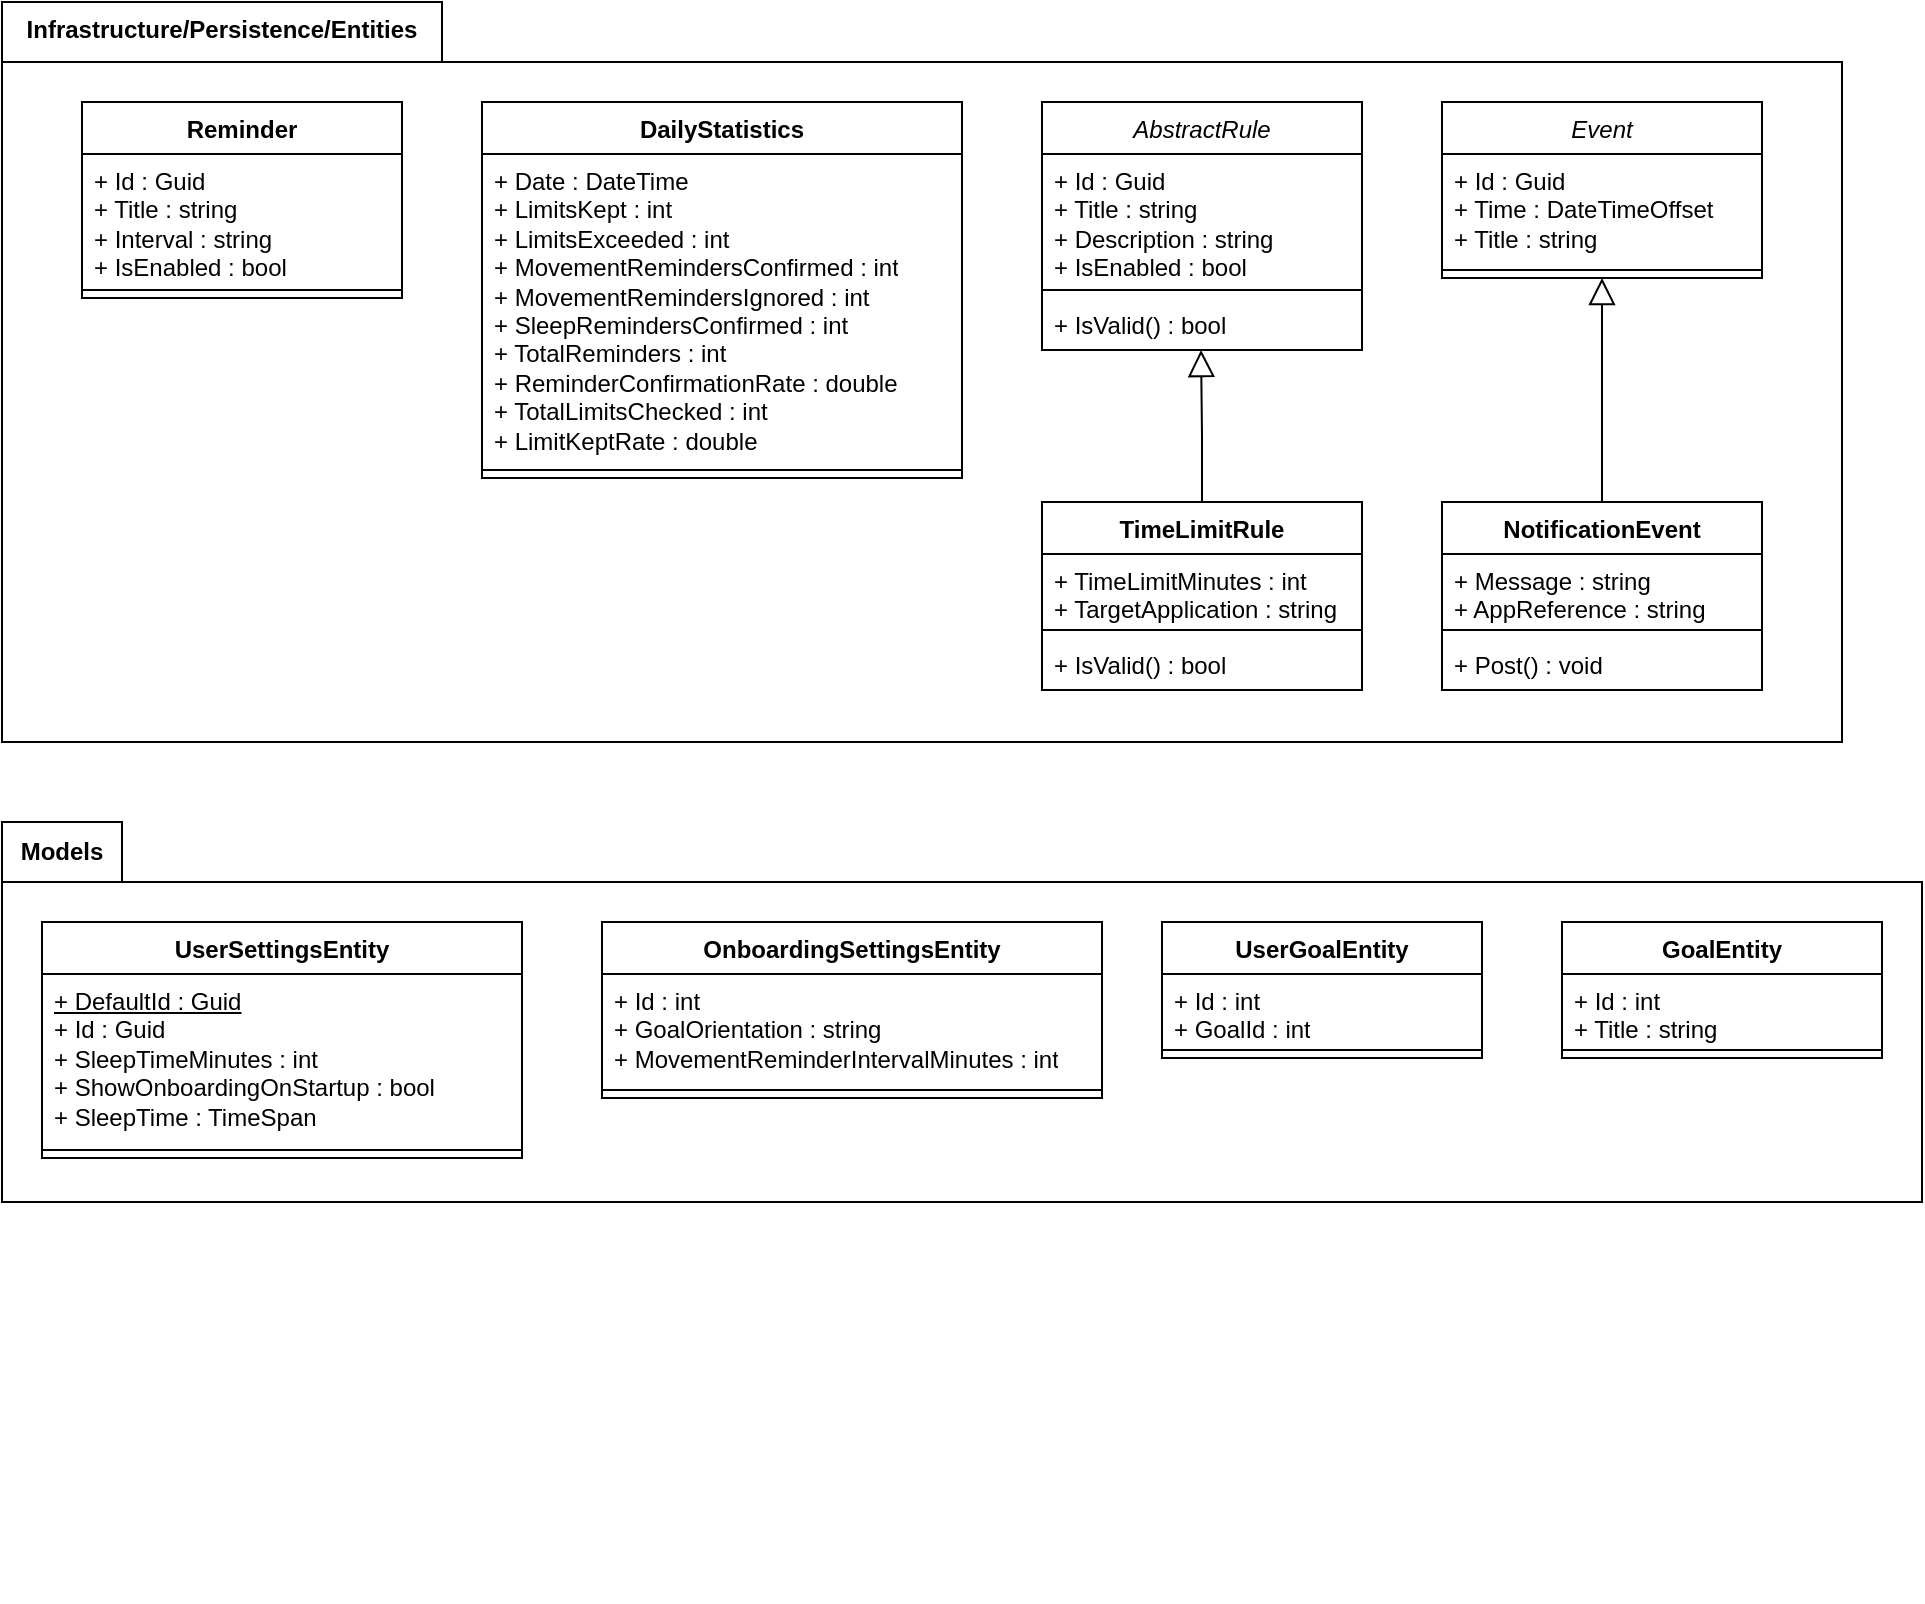
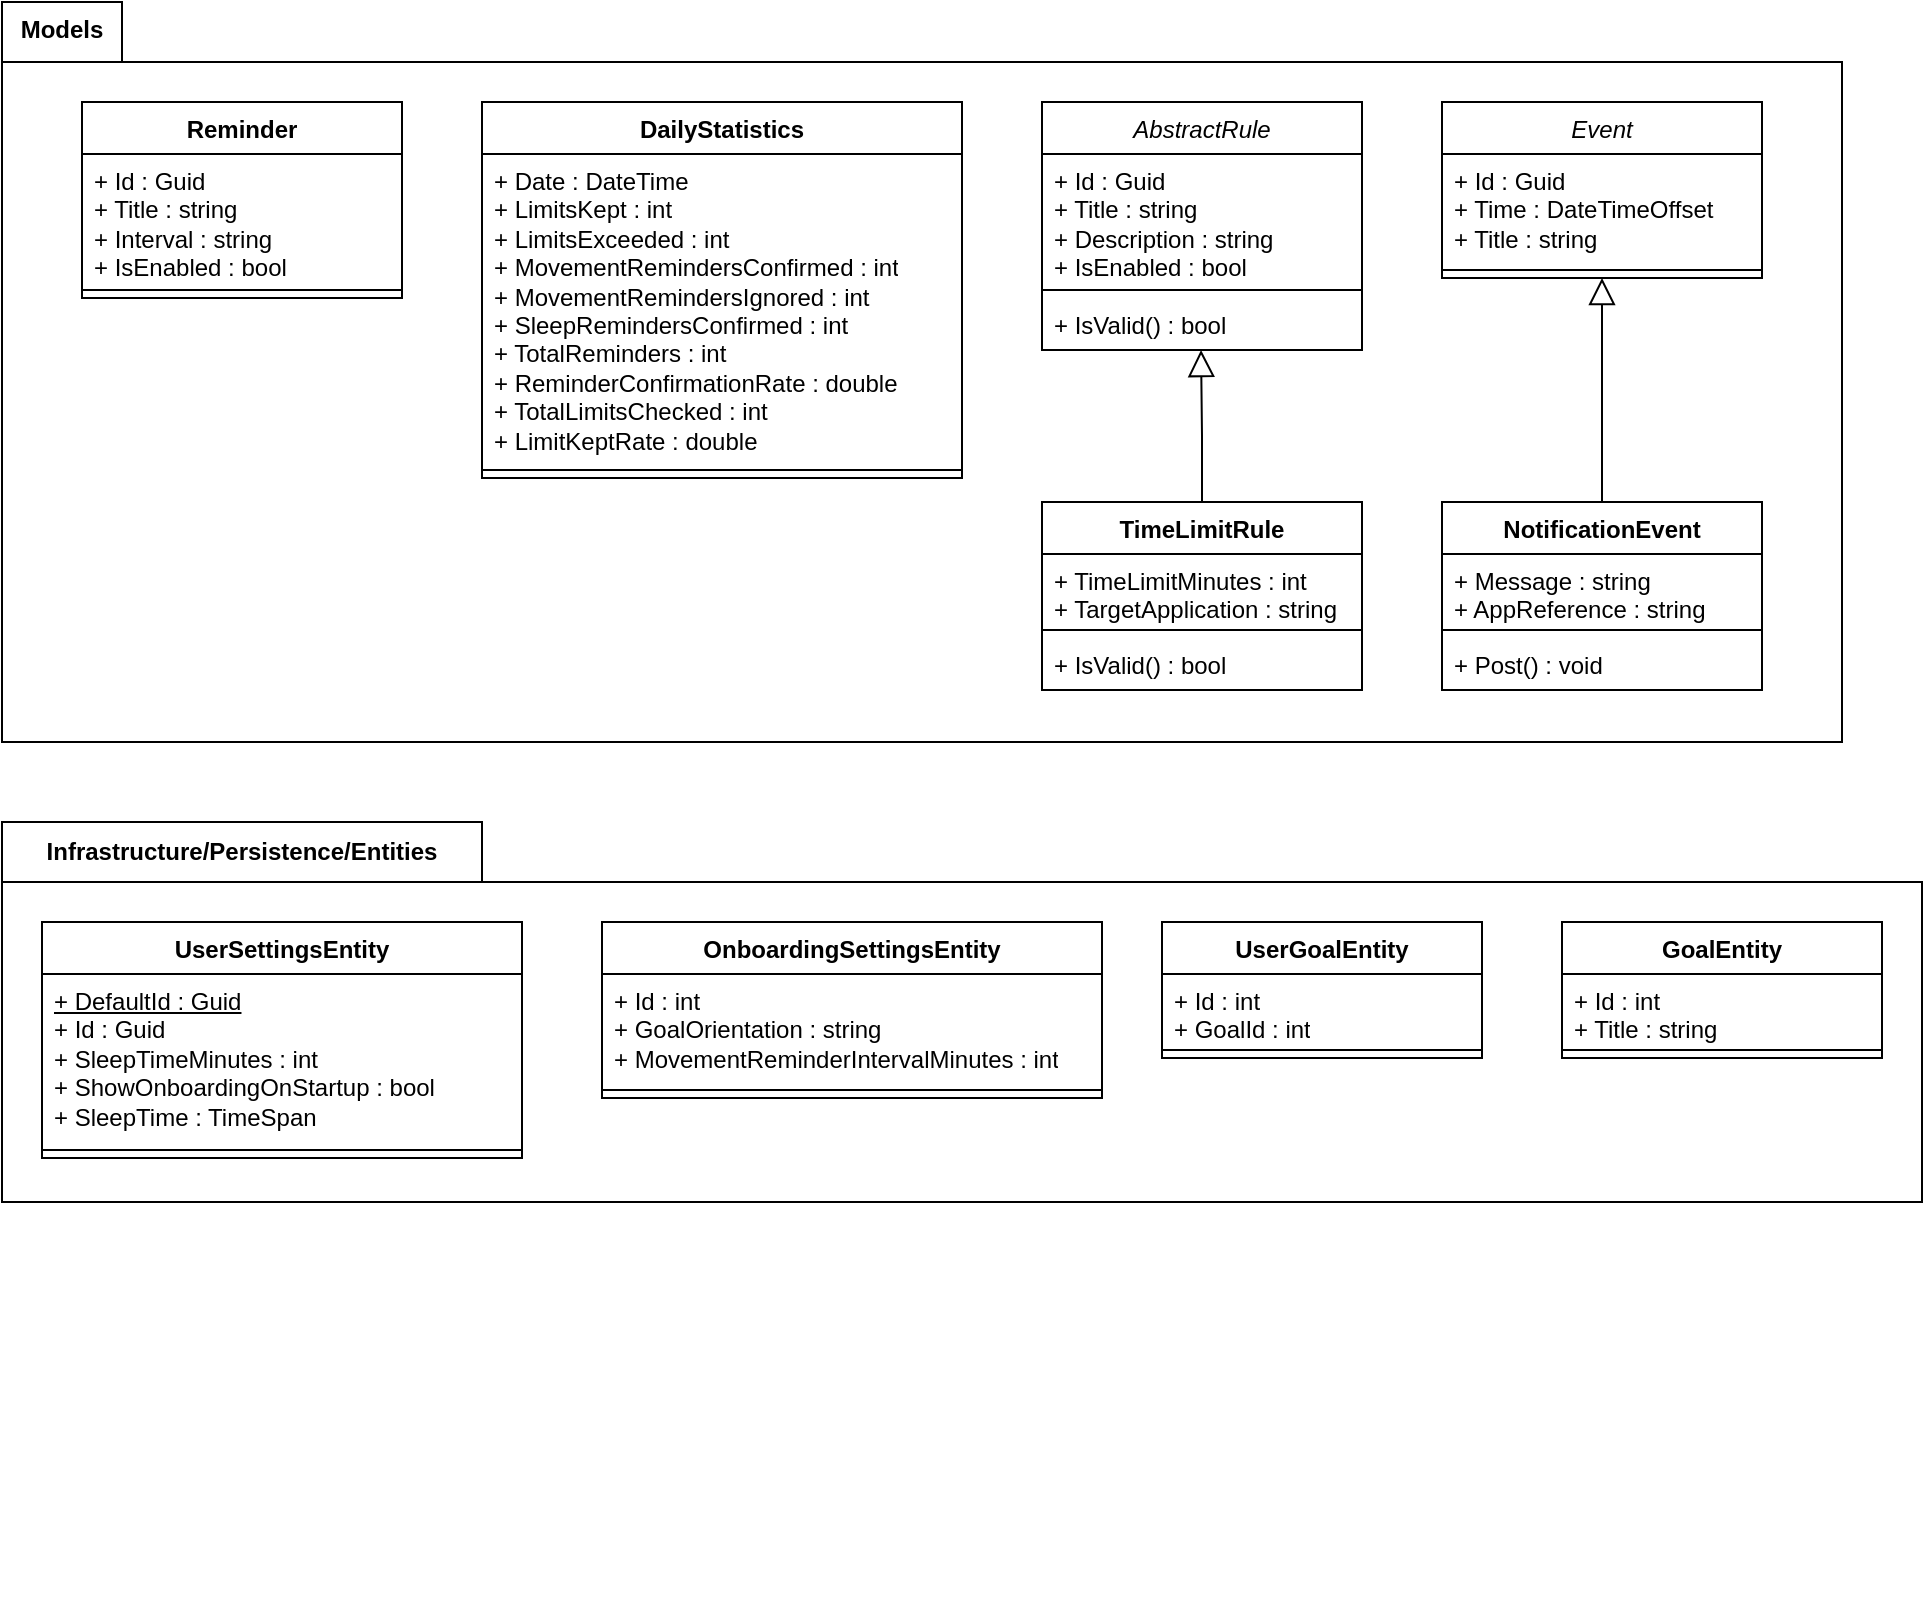
<mxfile host="Electron">
  <diagram name="Seite-1" id="tr_VXhrzVsHaHbiQd9mM">
-     <mxGraphModel dx="1488" dy="885" grid="1" gridSize="10" guides="1" tooltips="1" connect="1" arrows="1" fold="1" page="1" pageScale="1" pageWidth="827" pageHeight="1169" math="0" shadow="0">
+     <mxGraphModel dx="1178" dy="701" grid="1" gridSize="10" guides="1" tooltips="1" connect="1" arrows="1" fold="1" page="1" pageScale="1" pageWidth="827" pageHeight="1169" math="0" shadow="0">
      <root>
        <mxCell id="0" />
        <mxCell id="1" parent="0" />
        <mxCell id="aHeUglyZWA7gANHygHcg-50" connectable="0" parent="1" style="group" value="" vertex="1">
          <mxGeometry height="370" width="920" x="120" y="110" as="geometry" />
        </mxCell>
-         <mxCell id="aHeUglyZWA7gANHygHcg-32" parent="aHeUglyZWA7gANHygHcg-50" style="shape=folder;fontStyle=1;spacingTop=10;tabWidth=220;tabHeight=30;tabPosition=left;html=1;whiteSpace=wrap;" value="" vertex="1">
+         <mxCell id="aHeUglyZWA7gANHygHcg-32" parent="aHeUglyZWA7gANHygHcg-50" style="shape=folder;fontStyle=1;spacingTop=10;tabWidth=60;tabHeight=30;tabPosition=left;html=1;whiteSpace=wrap;" value="" vertex="1">
          <mxGeometry height="370" width="920" as="geometry" />
        </mxCell>
-         <mxCell id="aHeUglyZWA7gANHygHcg-49" parent="aHeUglyZWA7gANHygHcg-50" style="text;html=1;whiteSpace=wrap;strokeColor=none;fillColor=none;align=center;verticalAlign=middle;rounded=0;" value="&lt;b&gt;Infrastructure/Persistence/Entities&lt;/b&gt;" vertex="1">
-           <mxGeometry height="28.46153846153846" width="60" x="80" as="geometry" />
+         <mxCell id="aHeUglyZWA7gANHygHcg-49" parent="aHeUglyZWA7gANHygHcg-50" style="text;html=1;whiteSpace=wrap;strokeColor=none;fillColor=none;align=center;verticalAlign=middle;rounded=0;" value="&lt;b&gt;Models&lt;/b&gt;" vertex="1">
+           <mxGeometry height="28.46153846153846" width="60" as="geometry" />
        </mxCell>
        <mxCell id="aHeUglyZWA7gANHygHcg-2" parent="1" style="swimlane;fontStyle=1;align=center;verticalAlign=top;childLayout=stackLayout;horizontal=1;startSize=26;horizontalStack=0;resizeParent=1;resizeParentMax=0;resizeLast=0;collapsible=1;marginBottom=0;whiteSpace=wrap;html=1;" value="Reminder" vertex="1">
          <mxGeometry height="98" width="160" x="160" y="160" as="geometry" />
        </mxCell>
        <mxCell id="aHeUglyZWA7gANHygHcg-3" parent="aHeUglyZWA7gANHygHcg-2" style="text;strokeColor=none;fillColor=none;align=left;verticalAlign=top;spacingLeft=4;spacingRight=4;overflow=hidden;rotatable=0;points=[[0,0.5],[1,0.5]];portConstraint=eastwest;whiteSpace=wrap;html=1;" value="+ Id : Guid&lt;div&gt;+ Title : string&lt;/div&gt;&lt;div&gt;+ Interval : string&lt;/div&gt;&lt;div&gt;+ IsEnabled : bool&lt;/div&gt;" vertex="1">
          <mxGeometry height="64" width="160" y="26" as="geometry" />
        </mxCell>
        <mxCell id="aHeUglyZWA7gANHygHcg-4" parent="aHeUglyZWA7gANHygHcg-2" style="line;strokeWidth=1;fillColor=none;align=left;verticalAlign=middle;spacingTop=-1;spacingLeft=3;spacingRight=3;rotatable=0;labelPosition=right;points=[];portConstraint=eastwest;strokeColor=inherit;" value="" vertex="1">
          <mxGeometry height="8" width="160" y="90" as="geometry" />
        </mxCell>
        <mxCell id="aHeUglyZWA7gANHygHcg-6" parent="1" style="swimlane;fontStyle=1;align=center;verticalAlign=top;childLayout=stackLayout;horizontal=1;startSize=26;horizontalStack=0;resizeParent=1;resizeParentMax=0;resizeLast=0;collapsible=1;marginBottom=0;whiteSpace=wrap;html=1;" value="DailyStatistics" vertex="1">
          <mxGeometry height="188" width="240" x="360" y="160" as="geometry" />
        </mxCell>
        <mxCell id="aHeUglyZWA7gANHygHcg-7" parent="aHeUglyZWA7gANHygHcg-6" style="text;strokeColor=none;fillColor=none;align=left;verticalAlign=top;spacingLeft=4;spacingRight=4;overflow=hidden;rotatable=0;points=[[0,0.5],[1,0.5]];portConstraint=eastwest;whiteSpace=wrap;html=1;" value="+ Date : DateTime&lt;div&gt;+ LimitsKept : int&lt;/div&gt;&lt;div&gt;+ LimitsExceeded : int&lt;/div&gt;&lt;div&gt;+ MovementRemindersConfirmed : int&lt;/div&gt;&lt;div&gt;+ MovementRemindersIgnored : int&lt;/div&gt;&lt;div&gt;+ SleepRemindersConfirmed : int&lt;/div&gt;&lt;div&gt;+ TotalReminders : int&lt;/div&gt;&lt;div&gt;+ ReminderConfirmationRate : double&lt;/div&gt;&lt;div&gt;+ TotalLimitsChecked : int&lt;/div&gt;&lt;div&gt;+ LimitKeptRate : double&lt;/div&gt;" vertex="1">
          <mxGeometry height="154" width="240" y="26" as="geometry" />
        </mxCell>
        <mxCell id="aHeUglyZWA7gANHygHcg-8" parent="aHeUglyZWA7gANHygHcg-6" style="line;strokeWidth=1;fillColor=none;align=left;verticalAlign=middle;spacingTop=-1;spacingLeft=3;spacingRight=3;rotatable=0;labelPosition=right;points=[];portConstraint=eastwest;strokeColor=inherit;" value="" vertex="1">
          <mxGeometry height="8" width="240" y="180" as="geometry" />
        </mxCell>
        <mxCell id="aHeUglyZWA7gANHygHcg-14" parent="1" style="swimlane;fontStyle=1;align=center;verticalAlign=top;childLayout=stackLayout;horizontal=1;startSize=26;horizontalStack=0;resizeParent=1;resizeParentMax=0;resizeLast=0;collapsible=1;marginBottom=0;whiteSpace=wrap;html=1;" value="&lt;i style=&quot;font-weight: normal;&quot;&gt;AbstractRule&lt;/i&gt;" vertex="1">
          <mxGeometry height="124" width="160" x="640" y="160" as="geometry" />
        </mxCell>
        <mxCell id="aHeUglyZWA7gANHygHcg-15" parent="aHeUglyZWA7gANHygHcg-14" style="text;strokeColor=none;fillColor=none;align=left;verticalAlign=top;spacingLeft=4;spacingRight=4;overflow=hidden;rotatable=0;points=[[0,0.5],[1,0.5]];portConstraint=eastwest;whiteSpace=wrap;html=1;" value="+ Id : Guid&lt;div&gt;+ Title : string&lt;/div&gt;&lt;div&gt;+ Description : string&lt;/div&gt;&lt;div&gt;+ IsEnabled : bool&lt;/div&gt;" vertex="1">
          <mxGeometry height="64" width="160" y="26" as="geometry" />
        </mxCell>
        <mxCell id="aHeUglyZWA7gANHygHcg-16" parent="aHeUglyZWA7gANHygHcg-14" style="line;strokeWidth=1;fillColor=none;align=left;verticalAlign=middle;spacingTop=-1;spacingLeft=3;spacingRight=3;rotatable=0;labelPosition=right;points=[];portConstraint=eastwest;strokeColor=inherit;" value="" vertex="1">
          <mxGeometry height="8" width="160" y="90" as="geometry" />
        </mxCell>
        <mxCell id="aHeUglyZWA7gANHygHcg-17" parent="aHeUglyZWA7gANHygHcg-14" style="text;strokeColor=none;fillColor=none;align=left;verticalAlign=top;spacingLeft=4;spacingRight=4;overflow=hidden;rotatable=0;points=[[0,0.5],[1,0.5]];portConstraint=eastwest;whiteSpace=wrap;html=1;" value="+ IsValid() : bool" vertex="1">
          <mxGeometry height="26" width="160" y="98" as="geometry" />
        </mxCell>
        <mxCell id="aHeUglyZWA7gANHygHcg-18" parent="1" style="swimlane;fontStyle=1;align=center;verticalAlign=top;childLayout=stackLayout;horizontal=1;startSize=26;horizontalStack=0;resizeParent=1;resizeParentMax=0;resizeLast=0;collapsible=1;marginBottom=0;whiteSpace=wrap;html=1;" value="TimeLimitRule" vertex="1">
          <mxGeometry height="94" width="160" x="640" y="360" as="geometry" />
        </mxCell>
        <mxCell id="aHeUglyZWA7gANHygHcg-19" parent="aHeUglyZWA7gANHygHcg-18" style="text;strokeColor=none;fillColor=none;align=left;verticalAlign=top;spacingLeft=4;spacingRight=4;overflow=hidden;rotatable=0;points=[[0,0.5],[1,0.5]];portConstraint=eastwest;whiteSpace=wrap;html=1;" value="+ TimeLimitMinutes : int&lt;div&gt;&lt;div&gt;+ TargetApplication : string&lt;/div&gt;&lt;/div&gt;" vertex="1">
          <mxGeometry height="34" width="160" y="26" as="geometry" />
        </mxCell>
        <mxCell id="aHeUglyZWA7gANHygHcg-20" parent="aHeUglyZWA7gANHygHcg-18" style="line;strokeWidth=1;fillColor=none;align=left;verticalAlign=middle;spacingTop=-1;spacingLeft=3;spacingRight=3;rotatable=0;labelPosition=right;points=[];portConstraint=eastwest;strokeColor=inherit;" value="" vertex="1">
          <mxGeometry height="8" width="160" y="60" as="geometry" />
        </mxCell>
        <mxCell id="aHeUglyZWA7gANHygHcg-21" parent="aHeUglyZWA7gANHygHcg-18" style="text;strokeColor=none;fillColor=none;align=left;verticalAlign=top;spacingLeft=4;spacingRight=4;overflow=hidden;rotatable=0;points=[[0,0.5],[1,0.5]];portConstraint=eastwest;whiteSpace=wrap;html=1;" value="+ IsValid() : bool" vertex="1">
          <mxGeometry height="26" width="160" y="68" as="geometry" />
        </mxCell>
        <mxCell id="aHeUglyZWA7gANHygHcg-22" edge="1" parent="1" source="aHeUglyZWA7gANHygHcg-18" style="edgeStyle=orthogonalEdgeStyle;rounded=0;orthogonalLoop=1;jettySize=auto;html=1;entryX=0.497;entryY=1;entryDx=0;entryDy=0;entryPerimeter=0;endArrow=block;endFill=0;endSize=11;" target="aHeUglyZWA7gANHygHcg-17">
          <mxGeometry relative="1" as="geometry" />
        </mxCell>
        <mxCell id="aHeUglyZWA7gANHygHcg-23" parent="1" style="swimlane;fontStyle=1;align=center;verticalAlign=top;childLayout=stackLayout;horizontal=1;startSize=26;horizontalStack=0;resizeParent=1;resizeParentMax=0;resizeLast=0;collapsible=1;marginBottom=0;whiteSpace=wrap;html=1;" value="&lt;span style=&quot;font-weight: normal;&quot;&gt;&lt;i&gt;Event&lt;/i&gt;&lt;/span&gt;" vertex="1">
          <mxGeometry height="88" width="160" x="840" y="160" as="geometry" />
        </mxCell>
        <mxCell id="aHeUglyZWA7gANHygHcg-24" parent="aHeUglyZWA7gANHygHcg-23" style="text;strokeColor=none;fillColor=none;align=left;verticalAlign=top;spacingLeft=4;spacingRight=4;overflow=hidden;rotatable=0;points=[[0,0.5],[1,0.5]];portConstraint=eastwest;whiteSpace=wrap;html=1;" value="+ Id : Guid&lt;div&gt;+ Time : DateTimeOffset&lt;/div&gt;&lt;div&gt;+ Title : string&lt;/div&gt;" vertex="1">
          <mxGeometry height="54" width="160" y="26" as="geometry" />
        </mxCell>
        <mxCell id="aHeUglyZWA7gANHygHcg-25" parent="aHeUglyZWA7gANHygHcg-23" style="line;strokeWidth=1;fillColor=none;align=left;verticalAlign=middle;spacingTop=-1;spacingLeft=3;spacingRight=3;rotatable=0;labelPosition=right;points=[];portConstraint=eastwest;strokeColor=inherit;" value="" vertex="1">
          <mxGeometry height="8" width="160" y="80" as="geometry" />
        </mxCell>
        <mxCell id="aHeUglyZWA7gANHygHcg-31" edge="1" parent="1" source="aHeUglyZWA7gANHygHcg-27" style="edgeStyle=orthogonalEdgeStyle;rounded=0;orthogonalLoop=1;jettySize=auto;html=1;entryX=0.5;entryY=1;entryDx=0;entryDy=0;endArrow=block;endFill=0;endSize=11;" target="aHeUglyZWA7gANHygHcg-23">
          <mxGeometry relative="1" as="geometry" />
        </mxCell>
        <mxCell id="aHeUglyZWA7gANHygHcg-27" parent="1" style="swimlane;fontStyle=1;align=center;verticalAlign=top;childLayout=stackLayout;horizontal=1;startSize=26;horizontalStack=0;resizeParent=1;resizeParentMax=0;resizeLast=0;collapsible=1;marginBottom=0;whiteSpace=wrap;html=1;" value="NotificationEvent" vertex="1">
          <mxGeometry height="94" width="160" x="840" y="360" as="geometry" />
        </mxCell>
        <mxCell id="aHeUglyZWA7gANHygHcg-28" parent="aHeUglyZWA7gANHygHcg-27" style="text;strokeColor=none;fillColor=none;align=left;verticalAlign=top;spacingLeft=4;spacingRight=4;overflow=hidden;rotatable=0;points=[[0,0.5],[1,0.5]];portConstraint=eastwest;whiteSpace=wrap;html=1;" value="+ Message : string&lt;div&gt;+ AppReference : string&lt;/div&gt;" vertex="1">
          <mxGeometry height="34" width="160" y="26" as="geometry" />
        </mxCell>
        <mxCell id="aHeUglyZWA7gANHygHcg-29" parent="aHeUglyZWA7gANHygHcg-27" style="line;strokeWidth=1;fillColor=none;align=left;verticalAlign=middle;spacingTop=-1;spacingLeft=3;spacingRight=3;rotatable=0;labelPosition=right;points=[];portConstraint=eastwest;strokeColor=inherit;" value="" vertex="1">
          <mxGeometry height="8" width="160" y="60" as="geometry" />
        </mxCell>
        <mxCell id="aHeUglyZWA7gANHygHcg-30" parent="aHeUglyZWA7gANHygHcg-27" style="text;strokeColor=none;fillColor=none;align=left;verticalAlign=top;spacingLeft=4;spacingRight=4;overflow=hidden;rotatable=0;points=[[0,0.5],[1,0.5]];portConstraint=eastwest;whiteSpace=wrap;html=1;" value="+ Post() : void" vertex="1">
          <mxGeometry height="26" width="160" y="68" as="geometry" />
        </mxCell>
        <mxCell id="aHeUglyZWA7gANHygHcg-51" connectable="0" parent="1" style="group" value="" vertex="1">
          <mxGeometry height="390" width="960" x="120" y="520" as="geometry" />
        </mxCell>
-         <mxCell id="aHeUglyZWA7gANHygHcg-52" parent="aHeUglyZWA7gANHygHcg-51" style="shape=folder;fontStyle=1;spacingTop=10;tabWidth=60;tabHeight=30;tabPosition=left;html=1;whiteSpace=wrap;" value="" vertex="1">
+         <mxCell id="aHeUglyZWA7gANHygHcg-52" parent="aHeUglyZWA7gANHygHcg-51" style="shape=folder;fontStyle=1;spacingTop=10;tabWidth=240;tabHeight=30;tabPosition=left;html=1;whiteSpace=wrap;" value="" vertex="1">
          <mxGeometry height="190" width="960" as="geometry" />
        </mxCell>
-         <mxCell id="aHeUglyZWA7gANHygHcg-53" parent="aHeUglyZWA7gANHygHcg-51" style="text;html=1;whiteSpace=wrap;strokeColor=none;fillColor=none;align=center;verticalAlign=middle;rounded=0;" value="&lt;b&gt;Models&lt;/b&gt;" vertex="1">
-           <mxGeometry height="30" width="60" as="geometry" />
+         <mxCell id="aHeUglyZWA7gANHygHcg-53" parent="aHeUglyZWA7gANHygHcg-51" style="text;html=1;whiteSpace=wrap;strokeColor=none;fillColor=none;align=center;verticalAlign=middle;rounded=0;" value="&lt;b&gt;Infrastructure/Persistence/Entities&lt;/b&gt;" vertex="1">
+           <mxGeometry height="30" width="60" x="90" as="geometry" />
        </mxCell>
        <mxCell id="aHeUglyZWA7gANHygHcg-33" parent="aHeUglyZWA7gANHygHcg-51" style="swimlane;fontStyle=1;align=center;verticalAlign=top;childLayout=stackLayout;horizontal=1;startSize=26;horizontalStack=0;resizeParent=1;resizeParentMax=0;resizeLast=0;collapsible=1;marginBottom=0;whiteSpace=wrap;html=1;" value="GoalEntity" vertex="1">
          <mxGeometry height="68" width="160" x="780" y="50" as="geometry" />
        </mxCell>
        <mxCell id="aHeUglyZWA7gANHygHcg-34" parent="aHeUglyZWA7gANHygHcg-33" style="text;strokeColor=none;fillColor=none;align=left;verticalAlign=top;spacingLeft=4;spacingRight=4;overflow=hidden;rotatable=0;points=[[0,0.5],[1,0.5]];portConstraint=eastwest;whiteSpace=wrap;html=1;" value="+ Id : int&lt;div&gt;+ Title : string&lt;/div&gt;" vertex="1">
          <mxGeometry height="34" width="160" y="26" as="geometry" />
        </mxCell>
        <mxCell id="aHeUglyZWA7gANHygHcg-35" parent="aHeUglyZWA7gANHygHcg-33" style="line;strokeWidth=1;fillColor=none;align=left;verticalAlign=middle;spacingTop=-1;spacingLeft=3;spacingRight=3;rotatable=0;labelPosition=right;points=[];portConstraint=eastwest;strokeColor=inherit;" value="" vertex="1">
          <mxGeometry height="8" width="160" y="60" as="geometry" />
        </mxCell>
        <mxCell id="aHeUglyZWA7gANHygHcg-37" parent="aHeUglyZWA7gANHygHcg-51" style="swimlane;fontStyle=1;align=center;verticalAlign=top;childLayout=stackLayout;horizontal=1;startSize=26;horizontalStack=0;resizeParent=1;resizeParentMax=0;resizeLast=0;collapsible=1;marginBottom=0;whiteSpace=wrap;html=1;" value="UserGoalEntity" vertex="1">
          <mxGeometry height="68" width="160" x="580" y="50" as="geometry" />
        </mxCell>
        <mxCell id="aHeUglyZWA7gANHygHcg-38" parent="aHeUglyZWA7gANHygHcg-37" style="text;strokeColor=none;fillColor=none;align=left;verticalAlign=top;spacingLeft=4;spacingRight=4;overflow=hidden;rotatable=0;points=[[0,0.5],[1,0.5]];portConstraint=eastwest;whiteSpace=wrap;html=1;" value="+ Id : int&lt;div&gt;+ GoalId : int&lt;/div&gt;" vertex="1">
          <mxGeometry height="34" width="160" y="26" as="geometry" />
        </mxCell>
        <mxCell id="aHeUglyZWA7gANHygHcg-39" parent="aHeUglyZWA7gANHygHcg-37" style="line;strokeWidth=1;fillColor=none;align=left;verticalAlign=middle;spacingTop=-1;spacingLeft=3;spacingRight=3;rotatable=0;labelPosition=right;points=[];portConstraint=eastwest;strokeColor=inherit;" value="" vertex="1">
          <mxGeometry height="8" width="160" y="60" as="geometry" />
        </mxCell>
        <mxCell id="aHeUglyZWA7gANHygHcg-41" parent="aHeUglyZWA7gANHygHcg-51" style="swimlane;fontStyle=1;align=center;verticalAlign=top;childLayout=stackLayout;horizontal=1;startSize=26;horizontalStack=0;resizeParent=1;resizeParentMax=0;resizeLast=0;collapsible=1;marginBottom=0;whiteSpace=wrap;html=1;" value="OnboardingSettingsEntity" vertex="1">
          <mxGeometry height="88" width="250" x="300" y="50" as="geometry" />
        </mxCell>
        <mxCell id="aHeUglyZWA7gANHygHcg-42" parent="aHeUglyZWA7gANHygHcg-41" style="text;strokeColor=none;fillColor=none;align=left;verticalAlign=top;spacingLeft=4;spacingRight=4;overflow=hidden;rotatable=0;points=[[0,0.5],[1,0.5]];portConstraint=eastwest;whiteSpace=wrap;html=1;" value="+ Id : int&lt;div&gt;+ GoalOrientation : string&lt;br&gt;&lt;/div&gt;&lt;div&gt;+ MovementReminderIntervalMinutes : int&lt;/div&gt;" vertex="1">
          <mxGeometry height="54" width="250" y="26" as="geometry" />
        </mxCell>
        <mxCell id="aHeUglyZWA7gANHygHcg-43" parent="aHeUglyZWA7gANHygHcg-41" style="line;strokeWidth=1;fillColor=none;align=left;verticalAlign=middle;spacingTop=-1;spacingLeft=3;spacingRight=3;rotatable=0;labelPosition=right;points=[];portConstraint=eastwest;strokeColor=inherit;" value="" vertex="1">
          <mxGeometry height="8" width="250" y="80" as="geometry" />
        </mxCell>
        <mxCell id="aHeUglyZWA7gANHygHcg-45" parent="aHeUglyZWA7gANHygHcg-51" style="swimlane;fontStyle=1;align=center;verticalAlign=top;childLayout=stackLayout;horizontal=1;startSize=26;horizontalStack=0;resizeParent=1;resizeParentMax=0;resizeLast=0;collapsible=1;marginBottom=0;whiteSpace=wrap;html=1;" value="UserSettingsEntity" vertex="1">
          <mxGeometry height="118" width="240" x="20" y="50" as="geometry" />
        </mxCell>
        <mxCell id="aHeUglyZWA7gANHygHcg-46" parent="aHeUglyZWA7gANHygHcg-45" style="text;strokeColor=none;fillColor=none;align=left;verticalAlign=top;spacingLeft=4;spacingRight=4;overflow=hidden;rotatable=0;points=[[0,0.5],[1,0.5]];portConstraint=eastwest;whiteSpace=wrap;html=1;" value="&lt;u&gt;+ DefaultId : Guid&lt;/u&gt;&lt;div&gt;+ Id : Guid&lt;/div&gt;&lt;div&gt;+ SleepTimeMinutes : int&lt;/div&gt;&lt;div&gt;+ ShowOnboardingOnStartup : bool&lt;/div&gt;&lt;div&gt;+ SleepTime : TimeSpan&lt;/div&gt;" vertex="1">
          <mxGeometry height="84" width="240" y="26" as="geometry" />
        </mxCell>
        <mxCell id="aHeUglyZWA7gANHygHcg-47" parent="aHeUglyZWA7gANHygHcg-45" style="line;strokeWidth=1;fillColor=none;align=left;verticalAlign=middle;spacingTop=-1;spacingLeft=3;spacingRight=3;rotatable=0;labelPosition=right;points=[];portConstraint=eastwest;strokeColor=inherit;" value="" vertex="1">
          <mxGeometry height="8" width="240" y="110" as="geometry" />
        </mxCell>
      </root>
    </mxGraphModel>
  </diagram>
</mxfile>
